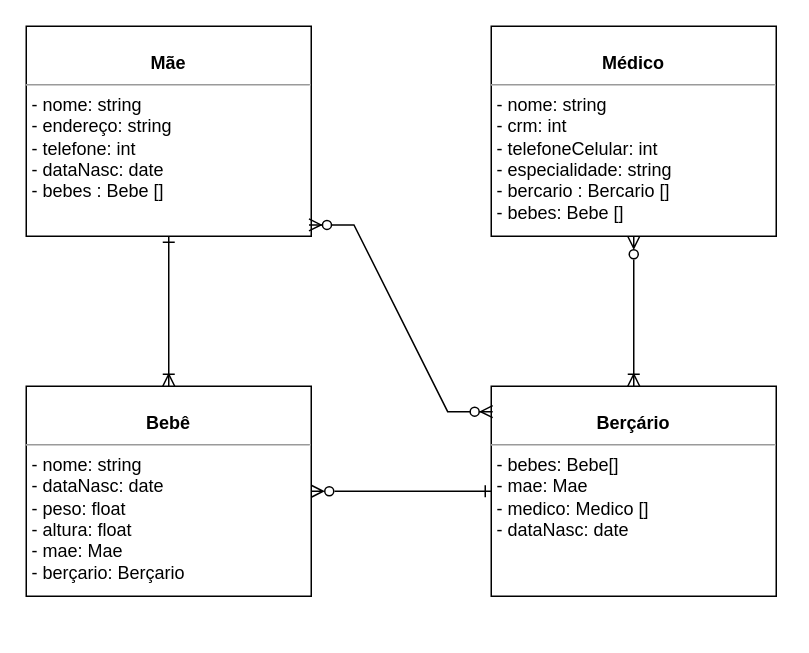
Before: diagramabercario.drawio in cleyvv/bercario, a draw.io diagram. Source tidied: cells renumbered, new cells numbered last; positions are measured from the earlier drawing's top-left corner, leaving out a move shared by most shapes. Both pictures are drawn from the tidied source at 150%, with x=0, y=0 at pixel (26, 26).
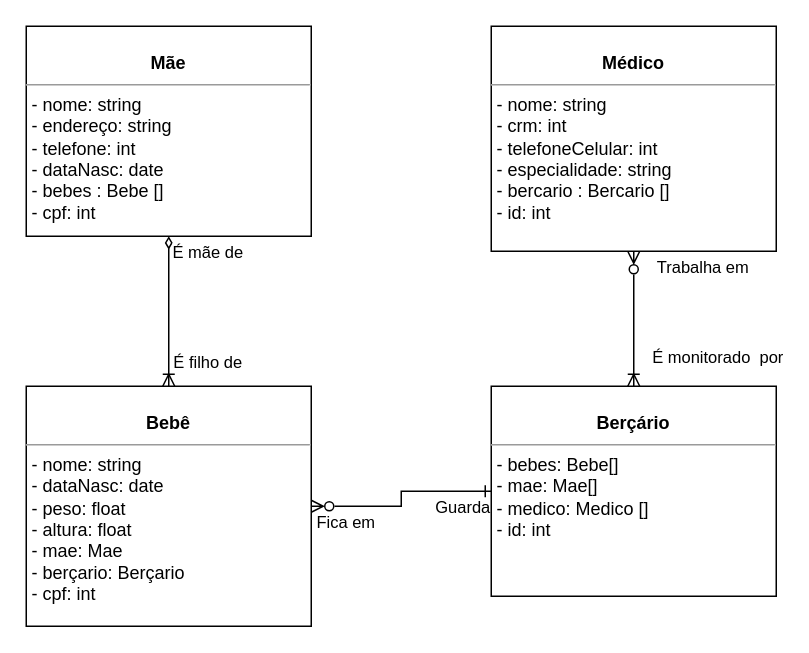
Above is the later version.

Diff of the diagram source:
```diff
@@
 <mxGraphModel>
   <root>
     <mxCell id="0" />
     <mxCell id="1" parent="0" />
-    <mxCell id="2" style="edgeStyle=orthogonalEdgeStyle;rounded=0;jettySize=auto;html=1;endArrow=ERoneToMany;endFill=0;startArrow=ERzeroToMany;startFill=0;" parent="1" edge="1" source="3" target="8">
-      <mxGeometry relative="1" as="geometry" />
+    <mxCell id="2" style="edgeStyle=orthogonalEdgeStyle;rounded=0;orthogonalLoop=1;jettySize=auto;html=1;endArrow=ERoneToMany;endFill=0;startArrow=ERzeroToMany;startFill=0;" parent="1" edge="1">
+      <mxGeometry relative="1" as="geometry">
+        <mxPoint x="405" y="150" as="sourcePoint" />
+        <mxPoint x="405" y="240" as="targetPoint" />
+      </mxGeometry>
     </mxCell>
+    <mxCell id="10" value="Trabalha em" style="edgeLabel;html=1;align=center;verticalAlign=middle;" parent="2" vertex="1">
+      <mxGeometry x="-0.09" y="3" relative="1" as="geometry">
+        <mxPoint x="42" y="-31" as="offset" />
+      </mxGeometry>
+    </mxCell>
+    <mxCell id="11" value="É monitorado&amp;nbsp; por" style="edgeLabel;html=1;align=center;verticalAlign=middle;" parent="2" vertex="1">
+      <mxGeometry x="0.56" relative="1" as="geometry">
+        <mxPoint x="55" as="offset" />
+      </mxGeometry>
+    </mxCell>
-    <mxCell id="3" value="&lt;p style=&quot;margin:0px;margin-top:4px;text-align:center;&quot;&gt;&lt;br&gt;&lt;b&gt;Médico&lt;/b&gt;&lt;/p&gt;&lt;hr size=&quot;1&quot;&gt;&lt;p style=&quot;margin:0px;margin-left:4px;&quot;&gt;- nome: string&lt;br&gt;- crm: int&lt;/p&gt;&lt;p style=&quot;margin:0px;margin-left:4px;&quot;&gt;- telefoneCelular: int&lt;/p&gt;&lt;p style=&quot;margin:0px;margin-left:4px;&quot;&gt;- especialidade: string&lt;/p&gt;&lt;p style=&quot;margin:0px;margin-left:4px;&quot;&gt;- bercario : Bercario []&lt;/p&gt;&lt;p style=&quot;margin:0px;margin-left:4px;&quot;&gt;- bebes: Bebe []&lt;/p&gt;&lt;p style=&quot;margin:0px;margin-left:4px;&quot;&gt;&lt;br&gt;&lt;/p&gt;" style="verticalAlign=top;align=left;overflow=fill;fontSize=12;fontFamily=Helvetica;html=1;rounded=0;shadow=0;comic=0;labelBackgroundColor=none;strokeWidth=1;" parent="1" vertex="1">
-      <mxGeometry x="310" width="190" height="140" as="geometry" />
+    <mxCell id="3" value="&lt;p style=&quot;margin:0px;margin-top:4px;text-align:center;&quot;&gt;&lt;br&gt;&lt;b&gt;Médico&lt;/b&gt;&lt;/p&gt;&lt;hr size=&quot;1&quot;&gt;&lt;p style=&quot;margin:0px;margin-left:4px;&quot;&gt;- nome: string&lt;br&gt;- crm: int&lt;/p&gt;&lt;p style=&quot;margin:0px;margin-left:4px;&quot;&gt;- telefoneCelular: int&lt;/p&gt;&lt;p style=&quot;margin:0px;margin-left:4px;&quot;&gt;- especialidade: string&lt;/p&gt;&lt;p style=&quot;margin:0px;margin-left:4px;&quot;&gt;- bercario : Bercario []&lt;/p&gt;&lt;p style=&quot;margin:0px;margin-left:4px;&quot;&gt;- id: int&lt;/p&gt;&lt;p style=&quot;margin:0px;margin-left:4px;&quot;&gt;&lt;br&gt;&lt;/p&gt;" style="verticalAlign=top;align=left;overflow=fill;fontSize=12;fontFamily=Helvetica;html=1;rounded=0;shadow=0;comic=0;labelBackgroundColor=none;strokeWidth=1;" parent="1" vertex="1">
+      <mxGeometry x="310" width="190" height="150" as="geometry" />
     </mxCell>
-    <mxCell id="4" style="edgeStyle=orthogonalEdgeStyle;rounded=0;jettySize=auto;html=1;endArrow=ERoneToMany;endFill=0;startArrow=ERone;startFill=0;" parent="1" edge="1" source="5" target="7">
+    <mxCell id="4" style="edgeStyle=orthogonalEdgeStyle;rounded=0;jettySize=auto;html=1;endArrow=ERoneToMany;endFill=0;startArrow=diamondThin;startFill=0;" parent="1" edge="1" source="5" target="7">
       <mxGeometry relative="1" as="geometry" />
     </mxCell>
+    <mxCell id="12" value="É mãe de" style="edgeLabel;html=1;align=center;verticalAlign=middle;" parent="4" vertex="1">
+      <mxGeometry x="-0.7" y="3" relative="1" as="geometry">
+        <mxPoint x="22" y="-5" as="offset" />
+      </mxGeometry>
+    </mxCell>
+    <mxCell id="13" value="É filho de" style="edgeLabel;html=1;align=center;verticalAlign=middle;" parent="4" vertex="1">
+      <mxGeometry x="0.66" y="3" relative="1" as="geometry">
+        <mxPoint x="22" as="offset" />
+      </mxGeometry>
+    </mxCell>
-    <mxCell id="5" value="&lt;p style=&quot;margin:0px;margin-top:4px;text-align:center;&quot;&gt;&lt;br&gt;&lt;b&gt;Mãe&lt;/b&gt;&lt;/p&gt;&lt;hr size=&quot;1&quot;&gt;&lt;p style=&quot;margin:0px;margin-left:4px;&quot;&gt;- nome: string&lt;br&gt;- endereço: string&lt;/p&gt;&lt;p style=&quot;margin:0px;margin-left:4px;&quot;&gt;- telefone: int&lt;/p&gt;&lt;p style=&quot;margin:0px;margin-left:4px;&quot;&gt;- dataNasc: date&lt;/p&gt;&lt;p style=&quot;margin:0px;margin-left:4px;&quot;&gt;- bebes : Bebe []&lt;/p&gt;" style="verticalAlign=top;align=left;overflow=fill;fontSize=12;fontFamily=Helvetica;html=1;rounded=0;shadow=0;comic=0;labelBackgroundColor=none;strokeWidth=1;" parent="1" vertex="1">
+    <mxCell id="5" value="&lt;p style=&quot;margin:0px;margin-top:4px;text-align:center;&quot;&gt;&lt;br&gt;&lt;b&gt;Mãe&lt;/b&gt;&lt;/p&gt;&lt;hr size=&quot;1&quot;&gt;&lt;p style=&quot;margin:0px;margin-left:4px;&quot;&gt;- nome: string&lt;br&gt;- endereço: string&lt;/p&gt;&lt;p style=&quot;margin:0px;margin-left:4px;&quot;&gt;- telefone: int&lt;/p&gt;&lt;p style=&quot;margin:0px;margin-left:4px;&quot;&gt;- dataNasc: date&lt;/p&gt;&lt;p style=&quot;margin:0px;margin-left:4px;&quot;&gt;- bebes : Bebe []&lt;/p&gt;&lt;p style=&quot;margin:0px;margin-left:4px;&quot;&gt;- cpf: int&lt;/p&gt;" style="verticalAlign=top;align=left;overflow=fill;fontSize=12;fontFamily=Helvetica;html=1;rounded=0;shadow=0;comic=0;labelBackgroundColor=none;strokeWidth=1;" parent="1" vertex="1">
       <mxGeometry width="190" height="140" as="geometry" />
     </mxCell>
     <mxCell id="6" style="edgeStyle=orthogonalEdgeStyle;rounded=0;jettySize=auto;html=1;endArrow=ERone;endFill=0;startArrow=ERzeroToMany;startFill=0;" parent="1" edge="1" source="7" target="8">
       <mxGeometry relative="1" as="geometry" />
     </mxCell>
+    <mxCell id="14" value="Guarda" style="edgeLabel;html=1;align=center;verticalAlign=middle;" parent="6" vertex="1">
+      <mxGeometry x="0.75" y="1" relative="1" as="geometry">
+        <mxPoint x="-4" y="11" as="offset" />
+      </mxGeometry>
+    </mxCell>
+    <mxCell id="15" value="Fica em" style="edgeLabel;html=1;align=center;verticalAlign=middle;" parent="6" vertex="1">
+      <mxGeometry x="-0.66" y="-2" relative="1" as="geometry">
+        <mxPoint y="8" as="offset" />
+      </mxGeometry>
+    </mxCell>
-    <mxCell id="7" value="&lt;p style=&quot;margin:0px;margin-top:4px;text-align:center;&quot;&gt;&lt;br&gt;&lt;b&gt;Bebê&lt;/b&gt;&lt;/p&gt;&lt;hr size=&quot;1&quot;&gt;&lt;p style=&quot;margin:0px;margin-left:4px;&quot;&gt;- nome: string&lt;br&gt;- dataNasc: date&lt;/p&gt;&lt;p style=&quot;margin:0px;margin-left:4px;&quot;&gt;- peso: float&lt;/p&gt;&lt;p style=&quot;margin:0px;margin-left:4px;&quot;&gt;- altura: float&lt;/p&gt;&lt;p style=&quot;margin:0px;margin-left:4px;&quot;&gt;- mae: Mae&lt;/p&gt;&lt;p style=&quot;margin:0px;margin-left:4px;&quot;&gt;- berçario: Berçario&lt;/p&gt;" style="verticalAlign=top;align=left;overflow=fill;fontSize=12;fontFamily=Helvetica;html=1;rounded=0;shadow=0;comic=0;labelBackgroundColor=none;strokeWidth=1;" parent="1" vertex="1">
-      <mxGeometry y="240" width="190" height="140" as="geometry" />
+    <mxCell id="7" value="&lt;p style=&quot;margin:0px;margin-top:4px;text-align:center;&quot;&gt;&lt;br&gt;&lt;b&gt;Bebê&lt;/b&gt;&lt;/p&gt;&lt;hr size=&quot;1&quot;&gt;&lt;p style=&quot;margin:0px;margin-left:4px;&quot;&gt;- nome: string&lt;br&gt;- dataNasc: date&lt;/p&gt;&lt;p style=&quot;margin:0px;margin-left:4px;&quot;&gt;- peso: float&lt;/p&gt;&lt;p style=&quot;margin:0px;margin-left:4px;&quot;&gt;- altura: float&lt;/p&gt;&lt;p style=&quot;margin:0px;margin-left:4px;&quot;&gt;- mae: Mae&lt;/p&gt;&lt;p style=&quot;margin:0px;margin-left:4px;&quot;&gt;- berçario: Berçario&lt;/p&gt;&lt;p style=&quot;margin:0px;margin-left:4px;&quot;&gt;- cpf: int&lt;/p&gt;" style="verticalAlign=top;align=left;overflow=fill;fontSize=12;fontFamily=Helvetica;html=1;rounded=0;shadow=0;comic=0;labelBackgroundColor=none;strokeWidth=1;" parent="1" vertex="1">
+      <mxGeometry y="240" width="190" height="160" as="geometry" />
     </mxCell>
-    <mxCell id="8" value="&lt;p style=&quot;margin:0px;margin-top:4px;text-align:center;&quot;&gt;&lt;br&gt;&lt;b&gt;Berçário&lt;/b&gt;&lt;br&gt;&lt;/p&gt;&lt;hr size=&quot;1&quot;&gt;&lt;p style=&quot;margin:0px;margin-left:4px;&quot;&gt;- bebes: Bebe[]&lt;br&gt;- mae: Mae&lt;/p&gt;&lt;p style=&quot;margin:0px;margin-left:4px;&quot;&gt;- medico: Medico []&lt;/p&gt;&lt;p style=&quot;margin:0px;margin-left:4px;&quot;&gt;- dataNasc: date&lt;/p&gt;&lt;p style=&quot;margin:0px;margin-left:4px;&quot;&gt;&lt;br&gt;&lt;/p&gt;&lt;p style=&quot;margin:0px;margin-left:4px;&quot;&gt;&lt;br&gt;&lt;/p&gt;&lt;p style=&quot;margin:0px;margin-left:4px;&quot;&gt;&lt;br&gt;&lt;/p&gt;" style="verticalAlign=top;align=left;overflow=fill;fontSize=12;fontFamily=Helvetica;html=1;rounded=0;shadow=0;comic=0;labelBackgroundColor=none;strokeWidth=1;" parent="1" vertex="1">
+    <mxCell id="8" value="&lt;p style=&quot;margin:0px;margin-top:4px;text-align:center;&quot;&gt;&lt;br&gt;&lt;b&gt;Berçário&lt;/b&gt;&lt;br&gt;&lt;/p&gt;&lt;hr size=&quot;1&quot;&gt;&lt;p style=&quot;margin:0px;margin-left:4px;&quot;&gt;- bebes: Bebe[]&lt;br&gt;- mae: Mae[]&lt;/p&gt;&lt;p style=&quot;margin:0px;margin-left:4px;&quot;&gt;- medico: Medico []&lt;/p&gt;&lt;p style=&quot;margin:0px;margin-left:4px;&quot;&gt;- id: int&lt;/p&gt;&lt;p style=&quot;margin:0px;margin-left:4px;&quot;&gt;&lt;br&gt;&lt;/p&gt;&lt;p style=&quot;margin:0px;margin-left:4px;&quot;&gt;&lt;br&gt;&lt;/p&gt;&lt;p style=&quot;margin:0px;margin-left:4px;&quot;&gt;&lt;br&gt;&lt;/p&gt;" style="verticalAlign=top;align=left;overflow=fill;fontSize=12;fontFamily=Helvetica;html=1;rounded=0;shadow=0;comic=0;labelBackgroundColor=none;strokeWidth=1;" parent="1" vertex="1">
       <mxGeometry x="310" y="240" width="190" height="140" as="geometry" />
     </mxCell>
-    <mxCell id="9" style="edgeStyle=entityRelationEdgeStyle;fontSize=12;html=1;endArrow=ERzeroToMany;endFill=1;startArrow=ERzeroToMany;rounded=0;entryX=0.992;entryY=0.946;entryDx=0;entryDy=0;entryPerimeter=0;exitX=0.005;exitY=0.121;exitDx=0;exitDy=0;exitPerimeter=0;" parent="1" edge="1" source="8" target="5">
-      <mxGeometry relative="1" as="geometry">
-        <Array as="points">
-          <mxPoint x="279.4" y="162.5" />
-        </Array>
-      </mxGeometry>
-    </mxCell>
   </root>
 </mxGraphModel>
```
